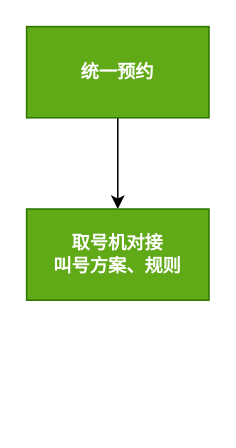
Above: 未命名绘图.drawio in wushanru/design (draw.io), before the change. Source tidied: cells renumbered, new cells numbered last; positions are measured from the earlier drawing's top-left corner, leaving out a move shared by most shapes. Both pictures are drawn from the tidied source at 152%, with x=0, y=0 at pixel (26, 26).
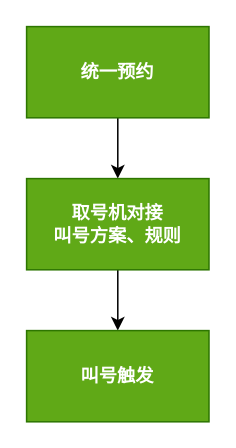
Above is the later version.

Commit message (it also covers changes not shown here):
更新未命名绘图.drawio

Diff of the diagram source:
```diff
@@
 <mxGraphModel>
   <root>
     <mxCell id="0" />
     <mxCell id="1" parent="0" />
     <mxCell id="2" style="edgeStyle=orthogonalEdgeStyle;rounded=0;jettySize=auto;html=1;" parent="1" edge="1" source="3" target="4">
       <mxGeometry relative="1" as="geometry" />
     </mxCell>
     <mxCell id="3" value="&lt;b&gt;统一预约&lt;/b&gt;" style="rounded=0;whiteSpace=wrap;html=1;fillColor=#60a917;fontColor=#ffffff;strokeColor=#2D7600;" parent="1" vertex="1">
       <mxGeometry width="120" height="60" as="geometry" />
     </mxCell>
+    <mxCell id="5" style="edgeStyle=orthogonalEdgeStyle;rounded=0;jettySize=auto;html=1;exitX=0.5;exitY=1;exitDx=0;exitDy=0;entryX=0.5;entryY=0;entryDx=0;entryDy=0;" parent="1" edge="1" source="4" target="6">
+      <mxGeometry relative="1" as="geometry" />
+    </mxCell>
     <mxCell id="4" value="&lt;b&gt;取号机对接&lt;br&gt;叫号方案、规则&lt;br&gt;&lt;/b&gt;" style="rounded=0;whiteSpace=wrap;html=1;fillColor=#60a917;fontColor=#ffffff;strokeColor=#2D7600;" parent="1" vertex="1">
-      <mxGeometry y="120" width="120" height="60" as="geometry" />
+      <mxGeometry y="100" width="120" height="60" as="geometry" />
     </mxCell>
+    <mxCell id="6" value="&lt;b&gt;叫号触发&lt;br&gt;&lt;/b&gt;" style="rounded=0;whiteSpace=wrap;html=1;fillColor=#60a917;fontColor=#ffffff;strokeColor=#2D7600;" parent="1" vertex="1">
+      <mxGeometry y="200" width="120" height="60" as="geometry" />
+    </mxCell>
   </root>
 </mxGraphModel>
```
